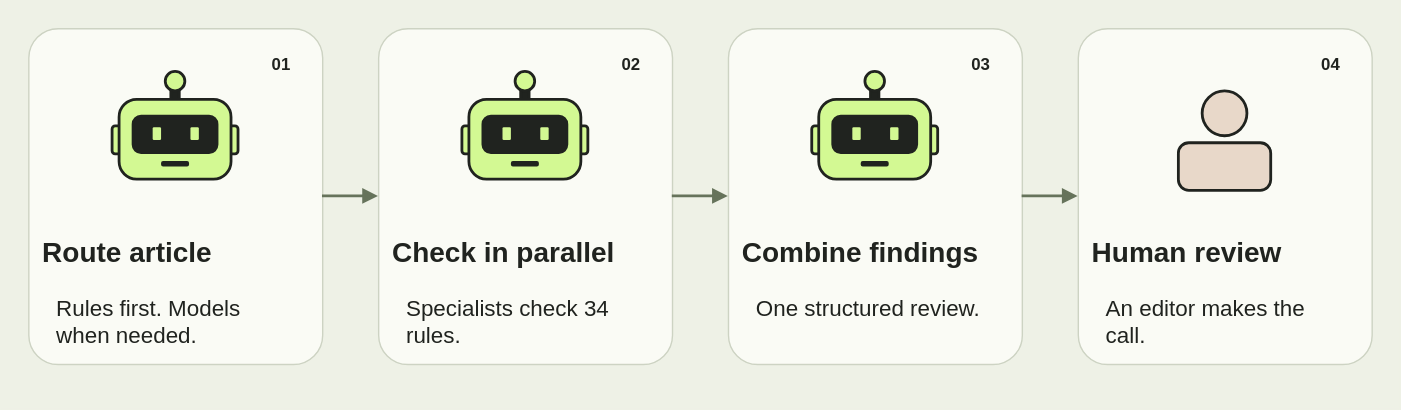
youngfreezy/youngfreezy.github.io keeps this draw.io diagram as images/agents/review.svg. Above is the earlier version. Source tidied: cells renumbered, new cells last; positions are measured from the earlier drawing's top-left corner, leaving out a move shared by most shapes.
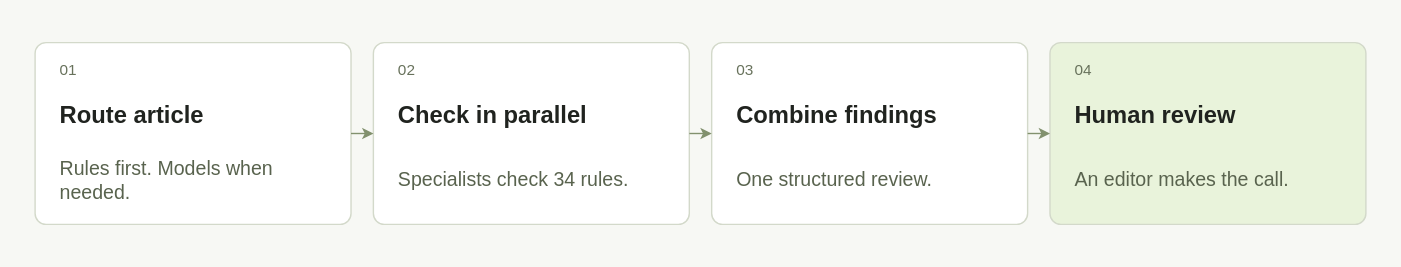
The same diagram one commit later.

Diff of the diagram source:
```diff
@@ -1,153 +1,66 @@
-<mxGraphModel background="#eef1e6">
+<mxGraphModel background="#f7f8f4">
   <root>
     <mxCell id="0" />
     <mxCell id="1" parent="0" />
-    <mxCell id="2" style="fillColor=#eef1e6;strokeColor=none;html=1;fontFamily=Helvetica;fontColor=#20231f;" parent="1" vertex="1">
-      <mxGeometry width="1000" height="292" as="geometry" />
-    </mxCell>
-    <mxCell id="3" style="rounded=1;arcSize=10;fillColor=#fafbf5;strokeColor=#cdd3c3;strokeWidth=1;html=1;fontFamily=Helvetica;fontColor=#20231f;" parent="1" vertex="1">
-      <mxGeometry x="20" y="20" width="210" height="240" as="geometry" />
-    </mxCell>
-    <mxCell id="4" style="rounded=1;arcSize=22;strokeWidth=2;strokeColor=#20231f;fillColor=#20231f;html=1;fontFamily=Helvetica;fontColor=#20231f;" parent="3" vertex="1">
-      <mxGeometry x="102" y="38" width="6" height="14" as="geometry" />
-    </mxCell>
-    <mxCell id="5" style="ellipse;fillColor=#d3f993;strokeColor=#20231f;strokeWidth=2;html=1;fontFamily=Helvetica;fontColor=#20231f;" parent="3" vertex="1">
-      <mxGeometry x="98" y="31" width="14" height="14" as="geometry" />
-    </mxCell>
-    <mxCell id="6" style="rounded=1;arcSize=22;strokeWidth=2;strokeColor=#20231f;fillColor=#d3f993;html=1;fontFamily=Helvetica;fontColor=#20231f;" parent="3" vertex="1">
-      <mxGeometry x="60" y="70" width="10" height="20" as="geometry" />
-    </mxCell>
-    <mxCell id="7" style="rounded=1;arcSize=22;strokeWidth=2;strokeColor=#20231f;fillColor=#d3f993;html=1;fontFamily=Helvetica;fontColor=#20231f;" parent="3" vertex="1">
-      <mxGeometry x="140" y="70" width="10" height="20" as="geometry" />
-    </mxCell>
-    <mxCell id="8" style="rounded=1;arcSize=22;strokeWidth=2;strokeColor=#20231f;fillColor=#d3f993;html=1;fontFamily=Helvetica;fontColor=#20231f;" parent="3" vertex="1">
-      <mxGeometry x="65" y="51" width="80" height="57" as="geometry" />
-    </mxCell>
-    <mxCell id="9" style="rounded=1;arcSize=22;strokeWidth=2;strokeColor=#20231f;fillColor=#20231f;html=1;fontFamily=Helvetica;fontColor=#20231f;" parent="3" vertex="1">
-      <mxGeometry x="75" y="63" width="60" height="26" as="geometry" />
-    </mxCell>
-    <mxCell id="10" style="rounded=1;fillColor=#d3f993;strokeColor=none;html=1;fontFamily=Helvetica;fontColor=#20231f;" parent="3" vertex="1">
-      <mxGeometry x="89" y="71" width="6" height="9" as="geometry" />
-    </mxCell>
-    <mxCell id="11" style="rounded=1;fillColor=#d3f993;strokeColor=none;html=1;fontFamily=Helvetica;fontColor=#20231f;" parent="3" vertex="1">
-      <mxGeometry x="116" y="71" width="6" height="9" as="geometry" />
-    </mxCell>
-    <mxCell id="12" style="rounded=1;arcSize=22;strokeWidth=2;strokeColor=#20231f;fillColor=#20231f;html=1;fontFamily=Helvetica;fontColor=#20231f;" parent="3" vertex="1">
-      <mxGeometry x="96" y="96" width="18" height="2" as="geometry" />
-    </mxCell>
+    <mxCell id="51" style="html=1;fontFamily=Helvetica;fillColor=#f7f8f4;strokeColor=none;" parent="1" vertex="1">
+      <mxGeometry width="1000" height="190" as="geometry" />
+    </mxCell>
+    <mxCell id="52" style="html=1;fontFamily=Helvetica;rounded=1;arcSize=6;fillColor=#ffffff;strokeColor=#d3d9ca;" parent="51" vertex="1">
+      <mxGeometry x="24" y="30" width="226" height="130" as="geometry" />
+    </mxCell>
-    <mxCell id="13" value="01" style="text;strokeColor=none;fillColor=none;fontSize=12;fontStyle=1;html=1;fontFamily=Helvetica;fontColor=#20231f;" parent="3" vertex="1">
-      <mxGeometry x="172" y="12" width="24" height="22" as="geometry" />
+    <mxCell id="13" value="01" style="html=1;fontFamily=Helvetica;text;whiteSpace=wrap;align=left;verticalAlign=middle;fillColor=none;strokeColor=none;fontSize=11;fontColor=#68725c;" parent="52" vertex="1">
+      <mxGeometry x="16" y="12" width="194" height="16" as="geometry" />
     </mxCell>
-    <mxCell id="14" value="Route article" style="text;strokeColor=none;fillColor=none;fontSize=20;fontStyle=1;html=1;fontFamily=Helvetica;fontColor=#20231f;" parent="3" vertex="1">
-      <mxGeometry x="8" y="141" width="194" height="36" as="geometry" />
+    <mxCell id="14" value="Route article" style="html=1;fontFamily=Helvetica;text;whiteSpace=wrap;align=left;verticalAlign=middle;fillColor=none;strokeColor=none;fontSize=17;fontColor=#20231f;fontStyle=1;" parent="52" vertex="1">
+      <mxGeometry x="16" y="34" width="194" height="38" as="geometry" />
     </mxCell>
-    <mxCell id="15" value="Rules first. Models when needed." style="text;whiteSpace=wrap;strokeColor=none;fillColor=none;fontSize=16;html=1;fontFamily=Helvetica;fontColor=#20231f;" parent="3" vertex="1">
-      <mxGeometry x="18" y="184" width="174" height="40" as="geometry" />
+    <mxCell id="15" value="Rules first. Models when needed." style="html=1;fontFamily=Helvetica;text;whiteSpace=wrap;align=left;verticalAlign=middle;fillColor=none;strokeColor=none;fontSize=14;fontColor=#59634e;" parent="52" vertex="1">
+      <mxGeometry x="16" y="80" width="194" height="36" as="geometry" />
     </mxCell>
-    <mxCell id="16" style="rounded=1;arcSize=10;fillColor=#fafbf5;strokeColor=#cdd3c3;strokeWidth=1;html=1;fontFamily=Helvetica;fontColor=#20231f;" parent="1" vertex="1">
-      <mxGeometry x="270" y="20" width="210" height="240" as="geometry" />
-    </mxCell>
-    <mxCell id="17" style="rounded=1;arcSize=22;strokeWidth=2;strokeColor=#20231f;fillColor=#20231f;html=1;fontFamily=Helvetica;fontColor=#20231f;" parent="16" vertex="1">
-      <mxGeometry x="102" y="38" width="6" height="14" as="geometry" />
-    </mxCell>
-    <mxCell id="18" style="ellipse;fillColor=#d3f993;strokeColor=#20231f;strokeWidth=2;html=1;fontFamily=Helvetica;fontColor=#20231f;" parent="16" vertex="1">
-      <mxGeometry x="98" y="31" width="14" height="14" as="geometry" />
-    </mxCell>
-    <mxCell id="19" style="rounded=1;arcSize=22;strokeWidth=2;strokeColor=#20231f;fillColor=#d3f993;html=1;fontFamily=Helvetica;fontColor=#20231f;" parent="16" vertex="1">
-      <mxGeometry x="60" y="70" width="10" height="20" as="geometry" />
-    </mxCell>
-    <mxCell id="20" style="rounded=1;arcSize=22;strokeWidth=2;strokeColor=#20231f;fillColor=#d3f993;html=1;fontFamily=Helvetica;fontColor=#20231f;" parent="16" vertex="1">
-      <mxGeometry x="140" y="70" width="10" height="20" as="geometry" />
-    </mxCell>
-    <mxCell id="21" style="rounded=1;arcSize=22;strokeWidth=2;strokeColor=#20231f;fillColor=#d3f993;html=1;fontFamily=Helvetica;fontColor=#20231f;" parent="16" vertex="1">
-      <mxGeometry x="65" y="51" width="80" height="57" as="geometry" />
-    </mxCell>
-    <mxCell id="22" style="rounded=1;arcSize=22;strokeWidth=2;strokeColor=#20231f;fillColor=#20231f;html=1;fontFamily=Helvetica;fontColor=#20231f;" parent="16" vertex="1">
-      <mxGeometry x="75" y="63" width="60" height="26" as="geometry" />
-    </mxCell>
-    <mxCell id="23" style="rounded=1;fillColor=#d3f993;strokeColor=none;html=1;fontFamily=Helvetica;fontColor=#20231f;" parent="16" vertex="1">
-      <mxGeometry x="89" y="71" width="6" height="9" as="geometry" />
-    </mxCell>
-    <mxCell id="24" style="rounded=1;fillColor=#d3f993;strokeColor=none;html=1;fontFamily=Helvetica;fontColor=#20231f;" parent="16" vertex="1">
-      <mxGeometry x="116" y="71" width="6" height="9" as="geometry" />
-    </mxCell>
-    <mxCell id="25" style="rounded=1;arcSize=22;strokeWidth=2;strokeColor=#20231f;fillColor=#20231f;html=1;fontFamily=Helvetica;fontColor=#20231f;" parent="16" vertex="1">
-      <mxGeometry x="96" y="96" width="18" height="2" as="geometry" />
-    </mxCell>
+    <mxCell id="53" style="html=1;fontFamily=Helvetica;rounded=1;arcSize=6;fillColor=#ffffff;strokeColor=#d3d9ca;" parent="51" vertex="1">
+      <mxGeometry x="266" y="30" width="226" height="130" as="geometry" />
+    </mxCell>
-    <mxCell id="26" value="02" style="text;strokeColor=none;fillColor=none;fontSize=12;fontStyle=1;html=1;fontFamily=Helvetica;fontColor=#20231f;" parent="16" vertex="1">
-      <mxGeometry x="172" y="12" width="24" height="22" as="geometry" />
+    <mxCell id="26" value="02" style="html=1;fontFamily=Helvetica;text;whiteSpace=wrap;align=left;verticalAlign=middle;fillColor=none;strokeColor=none;fontSize=11;fontColor=#68725c;" parent="53" vertex="1">
+      <mxGeometry x="16" y="12" width="194" height="16" as="geometry" />
     </mxCell>
-    <mxCell id="27" value="Check in parallel" style="text;strokeColor=none;fillColor=none;fontSize=20;fontStyle=1;html=1;fontFamily=Helvetica;fontColor=#20231f;" parent="16" vertex="1">
-      <mxGeometry x="8" y="141" width="194" height="36" as="geometry" />
+    <mxCell id="27" value="Check in parallel" style="html=1;fontFamily=Helvetica;text;whiteSpace=wrap;align=left;verticalAlign=middle;fillColor=none;strokeColor=none;fontSize=17;fontColor=#20231f;fontStyle=1;" parent="53" vertex="1">
+      <mxGeometry x="16" y="34" width="194" height="38" as="geometry" />
     </mxCell>
-    <mxCell id="28" value="Specialists check 34 rules." style="text;whiteSpace=wrap;strokeColor=none;fillColor=none;fontSize=16;html=1;fontFamily=Helvetica;fontColor=#20231f;" parent="16" vertex="1">
-      <mxGeometry x="18" y="184" width="174" height="40" as="geometry" />
+    <mxCell id="28" value="Specialists check 34 rules." style="html=1;fontFamily=Helvetica;text;whiteSpace=wrap;align=left;verticalAlign=middle;fillColor=none;strokeColor=none;fontSize=14;fontColor=#59634e;" parent="53" vertex="1">
+      <mxGeometry x="16" y="80" width="194" height="36" as="geometry" />
     </mxCell>
-    <mxCell id="29" style="rounded=1;arcSize=10;fillColor=#fafbf5;strokeColor=#cdd3c3;strokeWidth=1;html=1;fontFamily=Helvetica;fontColor=#20231f;" parent="1" vertex="1">
-      <mxGeometry x="520" y="20" width="210" height="240" as="geometry" />
-    </mxCell>
-    <mxCell id="30" style="rounded=1;arcSize=22;strokeWidth=2;strokeColor=#20231f;fillColor=#20231f;html=1;fontFamily=Helvetica;fontColor=#20231f;" parent="29" vertex="1">
-      <mxGeometry x="102" y="38" width="6" height="14" as="geometry" />
-    </mxCell>
-    <mxCell id="31" style="ellipse;fillColor=#d3f993;strokeColor=#20231f;strokeWidth=2;html=1;fontFamily=Helvetica;fontColor=#20231f;" parent="29" vertex="1">
-      <mxGeometry x="98" y="31" width="14" height="14" as="geometry" />
-    </mxCell>
-    <mxCell id="32" style="rounded=1;arcSize=22;strokeWidth=2;strokeColor=#20231f;fillColor=#d3f993;html=1;fontFamily=Helvetica;fontColor=#20231f;" parent="29" vertex="1">
-      <mxGeometry x="60" y="70" width="10" height="20" as="geometry" />
-    </mxCell>
-    <mxCell id="33" style="rounded=1;arcSize=22;strokeWidth=2;strokeColor=#20231f;fillColor=#d3f993;html=1;fontFamily=Helvetica;fontColor=#20231f;" parent="29" vertex="1">
-      <mxGeometry x="140" y="70" width="10" height="20" as="geometry" />
-    </mxCell>
-    <mxCell id="34" style="rounded=1;arcSize=22;strokeWidth=2;strokeColor=#20231f;fillColor=#d3f993;html=1;fontFamily=Helvetica;fontColor=#20231f;" parent="29" vertex="1">
-      <mxGeometry x="65" y="51" width="80" height="57" as="geometry" />
-    </mxCell>
-    <mxCell id="35" style="rounded=1;arcSize=22;strokeWidth=2;strokeColor=#20231f;fillColor=#20231f;html=1;fontFamily=Helvetica;fontColor=#20231f;" parent="29" vertex="1">
-      <mxGeometry x="75" y="63" width="60" height="26" as="geometry" />
-    </mxCell>
-    <mxCell id="36" style="rounded=1;fillColor=#d3f993;strokeColor=none;html=1;fontFamily=Helvetica;fontColor=#20231f;" parent="29" vertex="1">
-      <mxGeometry x="89" y="71" width="6" height="9" as="geometry" />
-    </mxCell>
-    <mxCell id="37" style="rounded=1;fillColor=#d3f993;strokeColor=none;html=1;fontFamily=Helvetica;fontColor=#20231f;" parent="29" vertex="1">
-      <mxGeometry x="116" y="71" width="6" height="9" as="geometry" />
-    </mxCell>
-    <mxCell id="38" style="rounded=1;arcSize=22;strokeWidth=2;strokeColor=#20231f;fillColor=#20231f;html=1;fontFamily=Helvetica;fontColor=#20231f;" parent="29" vertex="1">
-      <mxGeometry x="96" y="96" width="18" height="2" as="geometry" />
-    </mxCell>
+    <mxCell id="54" style="edgeStyle=orthogonalEdgeStyle;rounded=1;jettySize=auto;strokeColor=#82916e;strokeWidth=1;endArrow=classic;endSize=5;exitX=1;exitY=.5;entryX=0;entryY=.5;" parent="51" edge="1" source="52" target="53">
+      <mxGeometry relative="1" as="geometry" />
+    </mxCell>
+    <mxCell id="55" style="html=1;fontFamily=Helvetica;rounded=1;arcSize=6;fillColor=#ffffff;strokeColor=#d3d9ca;" parent="51" vertex="1">
+      <mxGeometry x="508" y="30" width="226" height="130" as="geometry" />
+    </mxCell>
-    <mxCell id="39" value="03" style="text;strokeColor=none;fillColor=none;fontSize=12;fontStyle=1;html=1;fontFamily=Helvetica;fontColor=#20231f;" parent="29" vertex="1">
-      <mxGeometry x="172" y="12" width="24" height="22" as="geometry" />
+    <mxCell id="39" value="03" style="html=1;fontFamily=Helvetica;text;whiteSpace=wrap;align=left;verticalAlign=middle;fillColor=none;strokeColor=none;fontSize=11;fontColor=#68725c;" parent="55" vertex="1">
+      <mxGeometry x="16" y="12" width="194" height="16" as="geometry" />
     </mxCell>
-    <mxCell id="40" value="Combine findings" style="text;strokeColor=none;fillColor=none;fontSize=20;fontStyle=1;html=1;fontFamily=Helvetica;fontColor=#20231f;" parent="29" vertex="1">
-      <mxGeometry x="8" y="141" width="194" height="36" as="geometry" />
+    <mxCell id="40" value="Combine findings" style="html=1;fontFamily=Helvetica;text;whiteSpace=wrap;align=left;verticalAlign=middle;fillColor=none;strokeColor=none;fontSize=17;fontColor=#20231f;fontStyle=1;" parent="55" vertex="1">
+      <mxGeometry x="16" y="34" width="194" height="38" as="geometry" />
     </mxCell>
-    <mxCell id="41" value="One structured review." style="text;whiteSpace=wrap;strokeColor=none;fillColor=none;fontSize=16;html=1;fontFamily=Helvetica;fontColor=#20231f;" parent="29" vertex="1">
-      <mxGeometry x="18" y="184" width="174" height="40" as="geometry" />
+    <mxCell id="41" value="One structured review." style="html=1;fontFamily=Helvetica;text;whiteSpace=wrap;align=left;verticalAlign=middle;fillColor=none;strokeColor=none;fontSize=14;fontColor=#59634e;" parent="55" vertex="1">
+      <mxGeometry x="16" y="80" width="194" height="36" as="geometry" />
     </mxCell>
-    <mxCell id="42" style="rounded=1;arcSize=10;fillColor=#fafbf5;strokeColor=#cdd3c3;strokeWidth=1;html=1;fontFamily=Helvetica;fontColor=#20231f;" parent="1" vertex="1">
-      <mxGeometry x="770" y="20" width="210" height="240" as="geometry" />
-    </mxCell>
-    <mxCell id="43" style="ellipse;fillColor=#e8d8c9;strokeColor=#20231f;strokeWidth=2;html=1;fontFamily=Helvetica;fontColor=#20231f;" parent="42" vertex="1">
-      <mxGeometry x="89" y="45" width="32" height="32" as="geometry" />
-    </mxCell>
-    <mxCell id="44" style="rounded=1;arcSize=22;strokeWidth=2;strokeColor=#20231f;fillColor=#e8d8c9;html=1;fontFamily=Helvetica;fontColor=#20231f;" parent="42" vertex="1">
-      <mxGeometry x="72" y="82" width="66" height="34" as="geometry" />
-    </mxCell>
+    <mxCell id="56" style="edgeStyle=orthogonalEdgeStyle;rounded=1;jettySize=auto;strokeColor=#82916e;strokeWidth=1;endArrow=classic;endSize=5;exitX=1;exitY=.5;entryX=0;entryY=.5;" parent="51" edge="1" source="53" target="55">
+      <mxGeometry relative="1" as="geometry" />
+    </mxCell>
+    <mxCell id="57" style="html=1;fontFamily=Helvetica;rounded=1;arcSize=6;fillColor=#e9f3db;strokeColor=#d3d9ca;" parent="51" vertex="1">
+      <mxGeometry x="750" y="30" width="226" height="130" as="geometry" />
+    </mxCell>
-    <mxCell id="45" value="04" style="text;strokeColor=none;fillColor=none;fontSize=12;fontStyle=1;html=1;fontFamily=Helvetica;fontColor=#20231f;" parent="42" vertex="1">
-      <mxGeometry x="172" y="12" width="24" height="22" as="geometry" />
+    <mxCell id="45" value="04" style="html=1;fontFamily=Helvetica;text;whiteSpace=wrap;align=left;verticalAlign=middle;fillColor=none;strokeColor=none;fontSize=11;fontColor=#68725c;" parent="57" vertex="1">
+      <mxGeometry x="16" y="12" width="194" height="16" as="geometry" />
     </mxCell>
-    <mxCell id="46" value="Human review" style="text;strokeColor=none;fillColor=none;fontSize=20;fontStyle=1;html=1;fontFamily=Helvetica;fontColor=#20231f;" parent="42" vertex="1">
-      <mxGeometry x="8" y="141" width="194" height="36" as="geometry" />
+    <mxCell id="46" value="Human review" style="html=1;fontFamily=Helvetica;text;whiteSpace=wrap;align=left;verticalAlign=middle;fillColor=none;strokeColor=none;fontSize=17;fontColor=#20231f;fontStyle=1;" parent="57" vertex="1">
+      <mxGeometry x="16" y="34" width="194" height="38" as="geometry" />
     </mxCell>
-    <mxCell id="47" value="An editor makes the call." style="text;whiteSpace=wrap;strokeColor=none;fillColor=none;fontSize=16;html=1;fontFamily=Helvetica;fontColor=#20231f;" parent="42" vertex="1">
-      <mxGeometry x="18" y="184" width="174" height="40" as="geometry" />
+    <mxCell id="47" value="An editor makes the call." style="html=1;fontFamily=Helvetica;text;whiteSpace=wrap;align=left;verticalAlign=middle;fillColor=none;strokeColor=none;fontSize=14;fontColor=#59634e;" parent="57" vertex="1">
+      <mxGeometry x="16" y="80" width="194" height="36" as="geometry" />
     </mxCell>
-    <mxCell id="48" style="edgeStyle=orthogonalEdgeStyle;rounded=1;jettySize=auto;strokeColor=#66735b;strokeWidth=2;endArrow=block;endFill=1;exitX=1;exitY=0.5;entryX=0;entryY=0.5;" parent="1" edge="1" source="3" target="16">
-      <mxGeometry relative="1" as="geometry" />
-    </mxCell>
-    <mxCell id="49" style="edgeStyle=orthogonalEdgeStyle;rounded=1;jettySize=auto;strokeColor=#66735b;strokeWidth=2;endArrow=block;endFill=1;exitX=1;exitY=0.5;entryX=0;entryY=0.5;" parent="1" edge="1" source="16" target="29">
-      <mxGeometry relative="1" as="geometry" />
-    </mxCell>
-    <mxCell id="50" style="edgeStyle=orthogonalEdgeStyle;rounded=1;jettySize=auto;strokeColor=#66735b;strokeWidth=2;endArrow=block;endFill=1;exitX=1;exitY=0.5;entryX=0;entryY=0.5;" parent="1" edge="1" source="29" target="42">
-      <mxGeometry relative="1" as="geometry" />
-    </mxCell>
+    <mxCell id="58" style="edgeStyle=orthogonalEdgeStyle;rounded=1;jettySize=auto;strokeColor=#82916e;strokeWidth=1;endArrow=classic;endSize=5;exitX=1;exitY=.5;entryX=0;entryY=.5;" parent="51" edge="1" source="55" target="57">
+      <mxGeometry relative="1" as="geometry" />
+    </mxCell>
   </root>
 </mxGraphModel>
```
